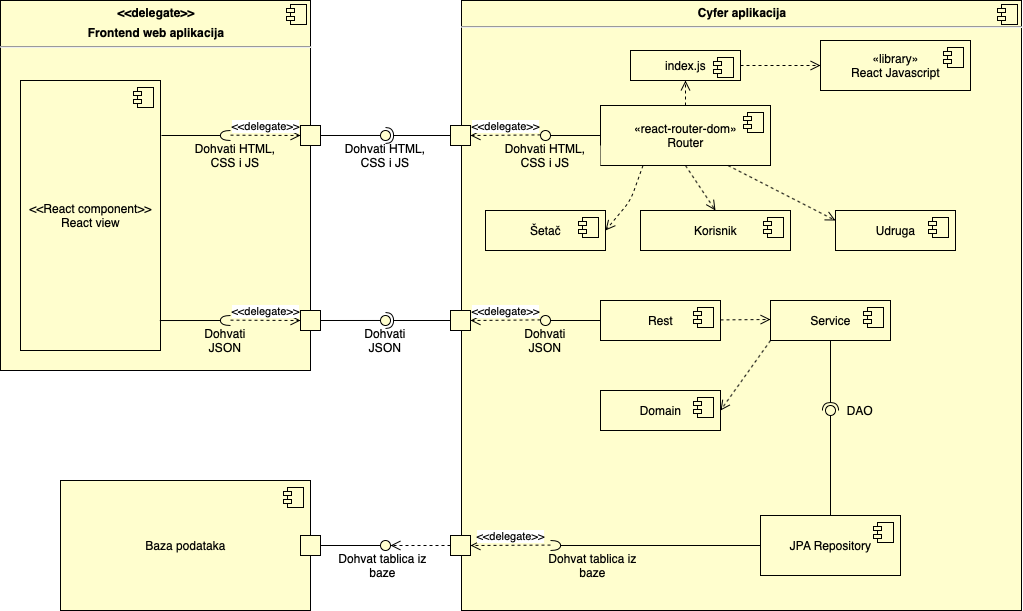
Above: devdoc/dijagrami/Component-diagram-2.png in anamarijalukac/Cyfer (draw.io), before the change. Source tidied: cells renumbered, new cells last; positions are measured from the earlier drawing's top-left corner, leaving out a move shared by most shapes.
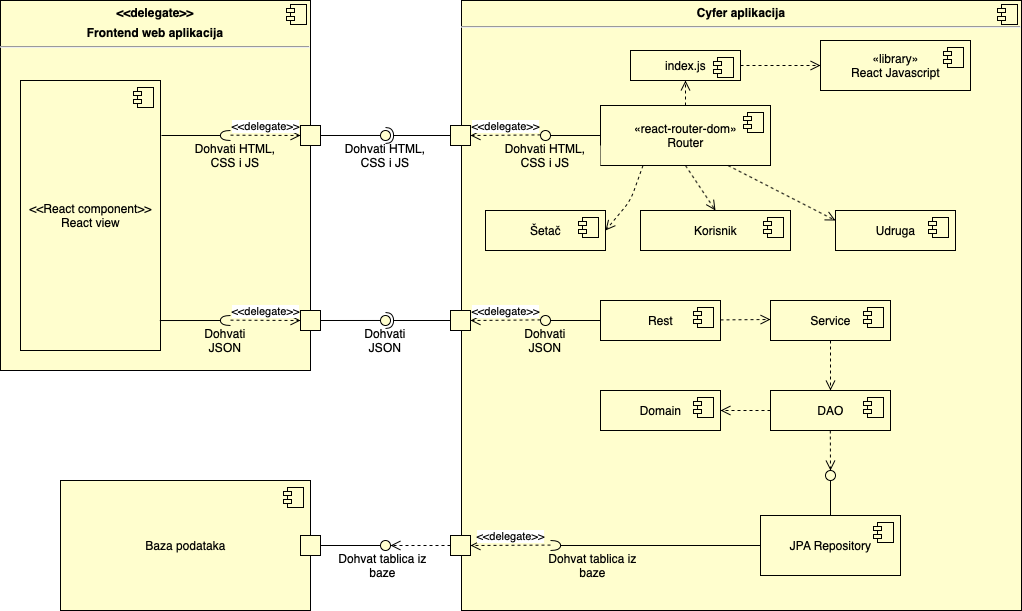
After the change.

Commit message:
ispravljen dijagram komponenti

What changed in the source:
```diff
@@ -252,21 +252,9 @@
         <mxPoint x="-27" y="7" as="offset" />
       </mxGeometry>
     </mxCell>
-    <mxCell id="66" style="html=1;verticalAlign=bottom;endArrow=open;dashed=1;endSize=8;exitX=0;exitY=1;exitDx=0;exitDy=0;entryX=1;entryY=0.5;entryDx=0;entryDy=0;fillColor=#FFFECE;" parent="1" edge="1" source="61" target="64">
+    <mxCell id="66" style="html=1;verticalAlign=bottom;endArrow=open;dashed=1;endSize=8;exitX=0;exitY=0.5;exitDx=0;exitDy=0;entryX=1;entryY=0.5;entryDx=0;entryDy=0;fillColor=#FFFECE;" parent="1" edge="1" source="70" target="64">
       <mxGeometry relative="1" as="geometry" />
     </mxCell>
-    <mxCell id="67" style="rounded=0;jettySize=auto;html=1;endArrow=none;endFill=0;exitX=0.5;exitY=0;exitDx=0;exitDy=0;fillColor=#FFFECE;" parent="1" edge="1" source="59" target="69">
-      <mxGeometry relative="1" as="geometry" />
-    </mxCell>
-    <mxCell id="68" style="rounded=0;jettySize=auto;html=1;endArrow=halfCircle;endFill=0;entryX=0.5;entryY=0.5;entryDx=0;entryDy=0;endSize=6;strokeWidth=1;exitX=0.5;exitY=1;exitDx=0;exitDy=0;fillColor=#FFFECE;" parent="1" edge="1" source="61" target="69">
-      <mxGeometry relative="1" as="geometry" />
-    </mxCell>
-    <mxCell id="69" style="ellipse;whiteSpace=wrap;html=1;fontFamily=Helvetica;fontSize=12;fontColor=#000000;align=center;strokeColor=#000000;fillColor=#FFFECE;points=[];" parent="1" vertex="1">
-      <mxGeometry x="825" y="405" width="10" height="10" as="geometry" />
-    </mxCell>
-    <mxCell id="70" value="DAO" style="text;html=1;strokeColor=none;fillColor=#FFFECE;align=center;verticalAlign=middle;whiteSpace=wrap;rounded=0;" parent="1" vertex="1">
-      <mxGeometry x="840" y="400" width="40" height="20" as="geometry" />
-    </mxCell>
     <mxCell id="71" value="Dohvati JSON" style="text;html=1;strokeColor=none;fillColor=#FFFECE;align=center;verticalAlign=middle;whiteSpace=wrap;rounded=0;" parent="1" vertex="1">
       <mxGeometry x="525" y="330" width="40" height="20" as="geometry" />
     </mxCell>
@@ -291,5 +279,28 @@
     <mxCell id="78" value="Dohvat tablica iz baze" style="text;html=1;strokeColor=none;fillColor=none;align=center;verticalAlign=middle;whiteSpace=wrap;rounded=0;" parent="1" vertex="1">
       <mxGeometry x="325" y="555" width="115" height="20" as="geometry" />
     </mxCell>
+    <mxCell id="70" value="DAO" style="html=1;fillColor=#FFFECE;" parent="1" vertex="1">
+      <mxGeometry x="770" y="390" width="120" height="40" as="geometry" />
+    </mxCell>
+    <mxCell id="79" style="shape=module;jettyWidth=8;jettyHeight=4;fillColor=#FFFECE;" parent="70" vertex="1">
+      <mxGeometry x="1" width="20" height="20" relative="1" as="geometry">
+        <mxPoint x="-27" y="7" as="offset" />
+      </mxGeometry>
+    </mxCell>
+    <mxCell id="80" style="html=1;verticalAlign=bottom;endArrow=open;dashed=1;endSize=8;exitX=0.5;exitY=1;exitDx=0;exitDy=0;entryX=0.5;entryY=0;entryDx=0;entryDy=0;fillColor=#FFFECE;" parent="1" edge="1" source="61" target="70">
+      <mxGeometry relative="1" as="geometry" />
+    </mxCell>
+    <mxCell id="81" style="ellipse;fillColor=#FFFECE;strokeColor=#000000;" parent="1" vertex="1">
+      <mxGeometry x="825" y="470" width="10" height="10" as="geometry" />
+    </mxCell>
+    <mxCell id="82" style="endArrow=none;html=1;exitX=0.5;exitY=0;exitDx=0;exitDy=0;fillColor=#FFFECE;entryX=0.5;entryY=1;entryDx=0;entryDy=0;" parent="1" edge="1" source="59" target="81">
+      <mxGeometry relative="1" as="geometry" />
+    </mxCell>
+    <mxCell id="83" style="html=1;verticalAlign=bottom;endArrow=open;dashed=1;endSize=8;exitX=0.5;exitY=1;exitDx=0;exitDy=0;fillColor=#FFFECE;" parent="1" edge="1">
+      <mxGeometry relative="1" as="geometry">
+        <mxPoint x="829.8" y="430" as="sourcePoint" />
+        <mxPoint x="830" y="470" as="targetPoint" />
+      </mxGeometry>
+    </mxCell>
   </root>
 </mxGraphModel>
```
